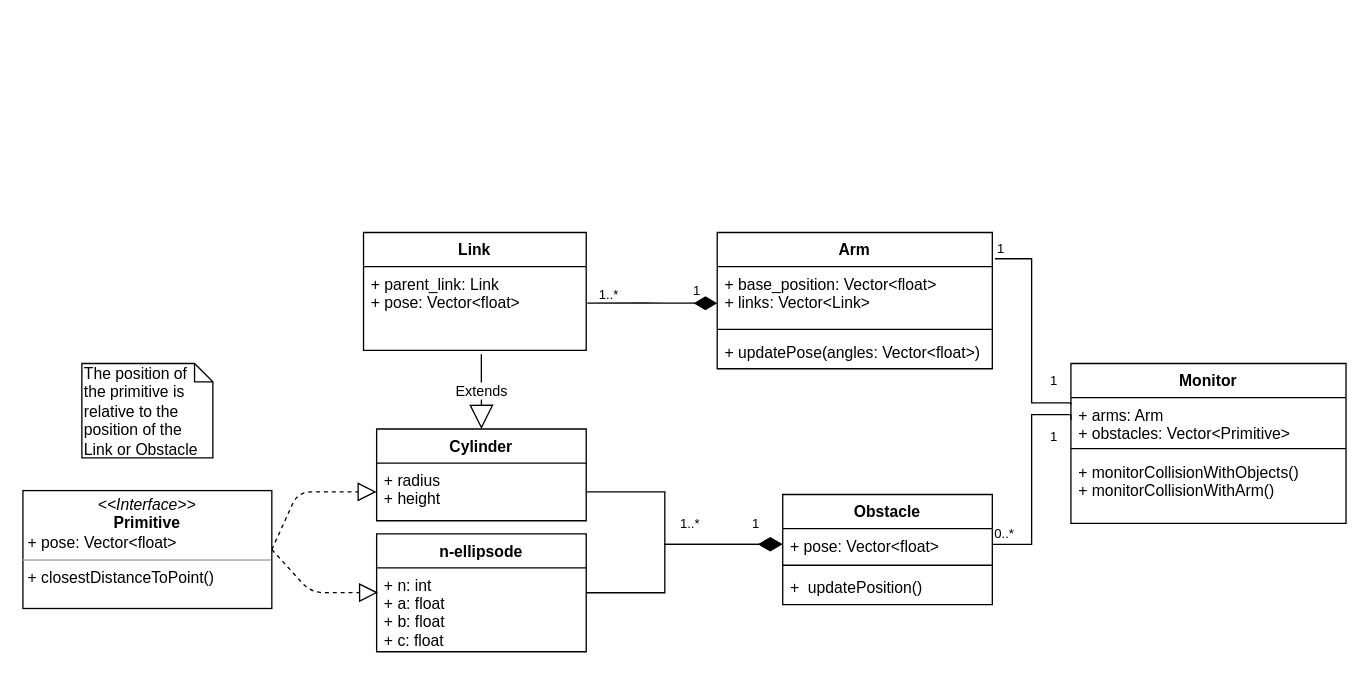
This is UML Diagrams/UML_diagram_SDP.drawio from HBRS-SDP/sdp_ss20_collision_monitoring_for_robotic_manipulators, a draw.io file, before an edit. Source tidied: cells renumbered, new cells numbered last; positions are measured from the earlier drawing's top-left corner, leaving out a move shared by most shapes. Both pictures are drawn from the tidied source at 131%, with x=0, y=0 at pixel (22, 232).
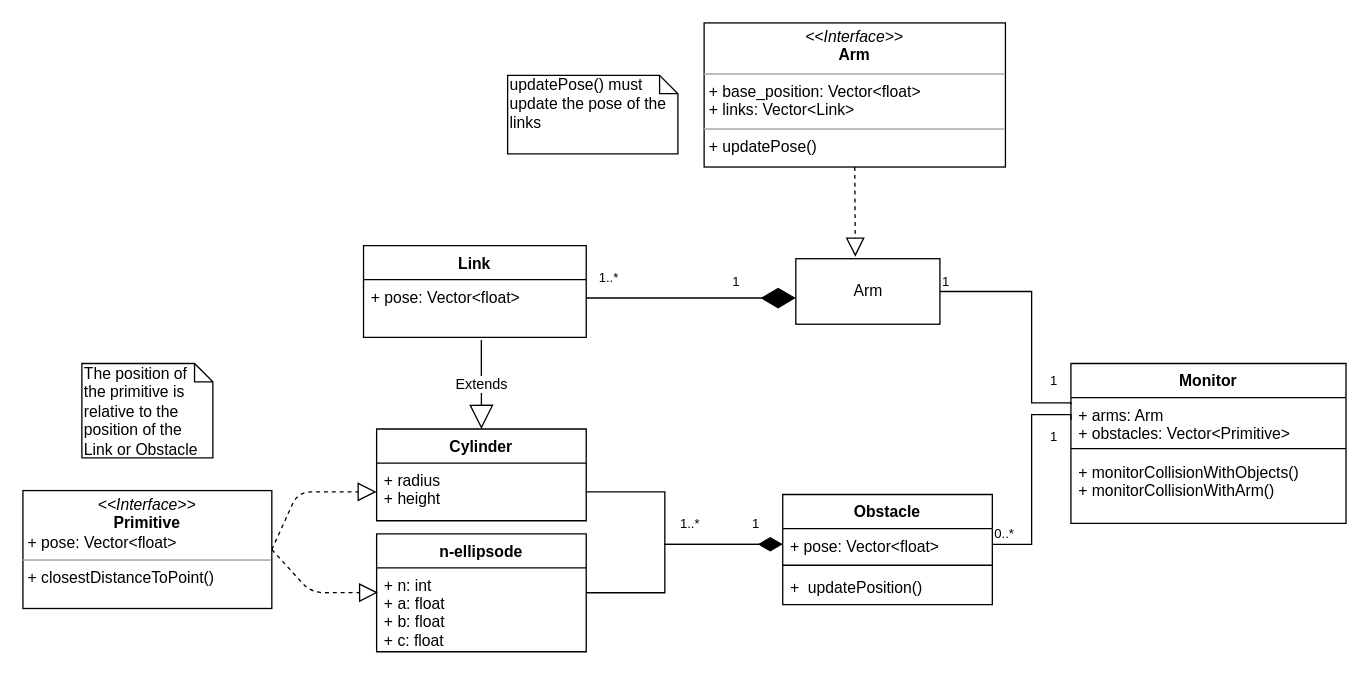
The same diagram, later.

Commit message (it also covers changes not shown here):
changed UML diagram

Unchanged cells that the change refers to:
```xml
<mxCell id="29" value="+ arms: Arm&#10;+ obstacles: Vector&lt;Primitive&gt;" style="text;strokeColor=none;fillColor=none;align=left;verticalAlign=top;spacingLeft=4;spacingRight=4;overflow=hidden;points=[[0,0.5],[1,0.5]];portConstraint=eastwest;" parent="28" vertex="1">
  <mxGeometry y="26" width="210" height="34" as="geometry" />
</mxCell>
```

Change to the diagram source:
```diff
@@
-    <mxCell id="2" style="endArrow=none;endFill=0;html=1;edgeStyle=orthogonalEdgeStyle;align=left;verticalAlign=top;entryX=0;entryY=0.154;entryDx=0;entryDy=0;entryPerimeter=0;rounded=0;" parent="1" edge="1" target="29">
+    <mxCell id="2" style="endArrow=none;endFill=0;html=1;edgeStyle=orthogonalEdgeStyle;align=left;verticalAlign=top;entryX=0;entryY=0.154;entryDx=0;entryDy=0;entryPerimeter=0;rounded=0;exitX=1;exitY=0.5;exitDx=0;exitDy=0;" parent="1" edge="1" source="16" target="29">
       <mxGeometry x="-1" relative="1" as="geometry">
-        <mxPoint x="742" y="20" as="sourcePoint" />
         <Array as="points">
-          <mxPoint x="770" y="20" />
+          <mxPoint x="770" y="45" />
           <mxPoint x="770" y="130" />
+          <mxPoint x="800" y="130" />
         </Array>
       </mxGeometry>
     </mxCell>
@@
     <mxCell id="11" value="1..*" style="html=1;align=left;verticalAlign=bottom;labelBackgroundColor=#ffffff;fontSize=10;" parent="1" vertex="1">
-      <mxGeometry x="430" y="43" as="geometry">
+      <mxGeometry x="430" y="30" as="geometry">
         <mxPoint x="8" y="12" as="offset" />
       </mxGeometry>
     </mxCell>
     <mxCell id="12" value="1" style="html=1;align=left;verticalAlign=bottom;labelBackgroundColor=#ffffff;fontSize=10;" parent="1" vertex="1">
-      <mxGeometry x="510" y="52" as="geometry" />
+      <mxGeometry x="540" y="45" as="geometry" />
     </mxCell>
@@
-    <mxCell id="16" value="Arm" style="swimlane;fontStyle=1;align=center;verticalAlign=top;horizontal=1;startSize=26;" parent="1" vertex="1">
-      <mxGeometry x="530" width="210" height="104" as="geometry" />
-    </mxCell>
-    <mxCell id="17" value="+ base_position: Vector&lt;float&gt;&#10;+ links: Vector&lt;Link&gt;" style="text;strokeColor=none;fillColor=none;align=left;verticalAlign=top;spacingLeft=4;spacingRight=4;overflow=hidden;" parent="16" vertex="1">
-      <mxGeometry y="26" width="210" height="44" as="geometry" />
-    </mxCell>
-    <mxCell id="18" style="line;strokeWidth=1;fillColor=none;align=left;verticalAlign=middle;spacingTop=-1;spacingLeft=3;spacingRight=3;labelPosition=right;" parent="16" vertex="1">
-      <mxGeometry y="70" width="210" height="8" as="geometry" />
-    </mxCell>
-    <mxCell id="19" value="+ updatePose(angles: Vector&lt;float&gt;)" style="text;strokeColor=none;fillColor=none;align=left;verticalAlign=top;spacingLeft=4;spacingRight=4;overflow=hidden;" parent="16" vertex="1">
-      <mxGeometry y="78" width="210" height="26" as="geometry" />
-    </mxCell>
@@
-    <mxCell id="24" value="Link" style="swimlane;fontStyle=1;align=center;verticalAlign=top;horizontal=1;startSize=26;" parent="1" vertex="1">
-      <mxGeometry x="260" width="170" height="90" as="geometry" />
-    </mxCell>
-    <mxCell id="25" value="+ parent_link: Link &#10;+ pose: Vector&lt;float&gt;" style="text;strokeColor=none;fillColor=none;align=left;verticalAlign=top;spacingLeft=4;spacingRight=4;overflow=hidden;points=[[0,0.5],[1,0.5]];portConstraint=eastwest;" parent="24" vertex="1">
-      <mxGeometry y="26" width="170" height="64" as="geometry" />
-    </mxCell>
@@
-    <mxCell id="35" style="endArrow=diamondThin;html=1;edgeStyle=orthogonalEdgeStyle;exitX=1.005;exitY=0.435;exitDx=0;exitDy=0;exitPerimeter=0;endFill=1;endSize=15;" parent="1" edge="1" source="25">
-      <mxGeometry relative="1" as="geometry">
-        <mxPoint x="530" y="54" as="targetPoint" />
-      </mxGeometry>
-    </mxCell>
+    <mxCell id="24" value="Link" style="swimlane;fontStyle=1;align=center;verticalAlign=top;horizontal=1;startSize=26;" parent="1" vertex="1">
+      <mxGeometry x="260" y="10" width="170" height="70" as="geometry" />
+    </mxCell>
+    <mxCell id="25" value="+ pose: Vector&lt;float&gt;" style="text;strokeColor=none;fillColor=none;align=left;verticalAlign=top;spacingLeft=4;spacingRight=4;overflow=hidden;points=[[0,0.5],[1,0.5]];portConstraint=eastwest;" parent="24" vertex="1">
+      <mxGeometry y="26" width="170" height="44" as="geometry" />
+    </mxCell>
@@
+    <mxCell id="38" value="&lt;p style=&quot;margin: 4px 0px 0px ; text-align: center&quot;&gt;&lt;i&gt;&amp;lt;&amp;lt;Interface&amp;gt;&amp;gt;&lt;/i&gt;&lt;br&gt;&lt;b&gt;Arm&lt;/b&gt;&lt;/p&gt;&lt;hr size=&quot;1&quot;&gt;&lt;p style=&quot;margin: 0px 0px 0px 4px&quot;&gt;+ base_position: Vector&amp;lt;float&amp;gt;&lt;br style=&quot;padding: 0px ; margin: 0px&quot;&gt;+ links: Vector&amp;lt;Link&amp;gt;&lt;br&gt;&lt;/p&gt;&lt;hr size=&quot;1&quot;&gt;&lt;p style=&quot;margin: 0px 0px 0px 4px&quot;&gt;+ updatePose()&lt;br&gt;&lt;/p&gt;" style="verticalAlign=top;align=left;overflow=fill;fontSize=12;fontFamily=Helvetica;html=1;" parent="1" vertex="1">
+      <mxGeometry x="520" y="-160" width="230" height="110" as="geometry" />
+    </mxCell>
+    <mxCell id="16" value="Arm" style="html=1;" parent="1" vertex="1">
+      <mxGeometry x="590" y="20" width="110" height="50" as="geometry" />
+    </mxCell>
+    <mxCell id="39" style="endArrow=block;dashed=1;endFill=0;endSize=12;html=1;exitX=0.5;exitY=1;exitDx=0;exitDy=0;entryX=0.413;entryY=-0.032;entryDx=0;entryDy=0;entryPerimeter=0;" parent="1" edge="1" source="38" target="16">
+      <mxGeometry relative="1" as="geometry" />
+    </mxCell>
+    <mxCell id="40" value="updatePose() must update the pose of the links" style="shape=note;whiteSpace=wrap;html=1;size=14;verticalAlign=top;align=left;spacingTop=-6;" parent="1" vertex="1">
+      <mxGeometry x="370" y="-120" width="130" height="60" as="geometry" />
+    </mxCell>
+    <mxCell id="41" style="endArrow=diamondThin;endFill=1;endSize=24;html=1;" parent="1" edge="1">
+      <mxGeometry relative="1" as="geometry">
+        <mxPoint x="430" y="50" as="sourcePoint" />
+        <mxPoint x="590" y="50" as="targetPoint" />
+      </mxGeometry>
+    </mxCell>
```
